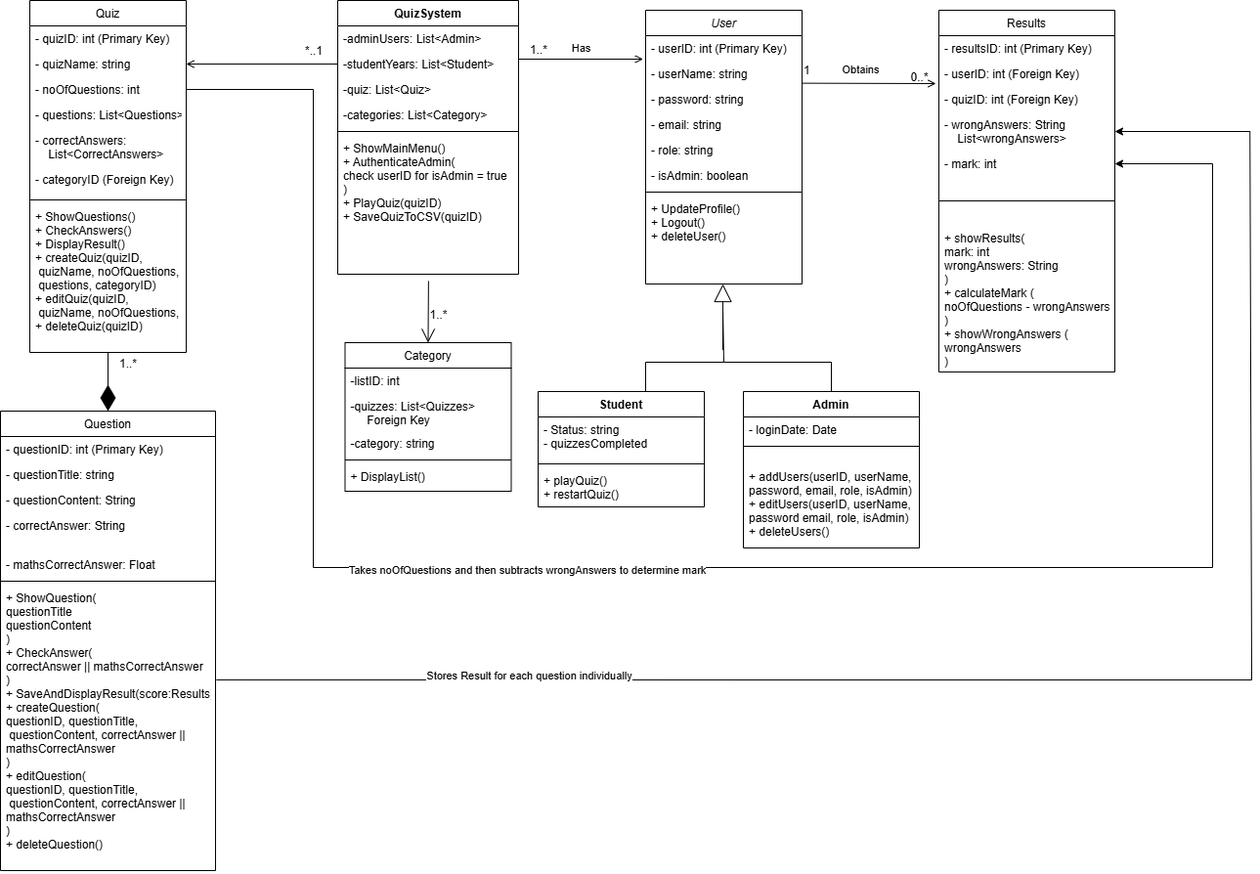
This is OOP UML Class Diagram.drawio.png from AaronOkane/OOP, a draw.io export, as it was before one commit. Source tidied: cells renumbered, new cells last; positions are measured from the earlier drawing's top-left corner, leaving out a move shared by most shapes.
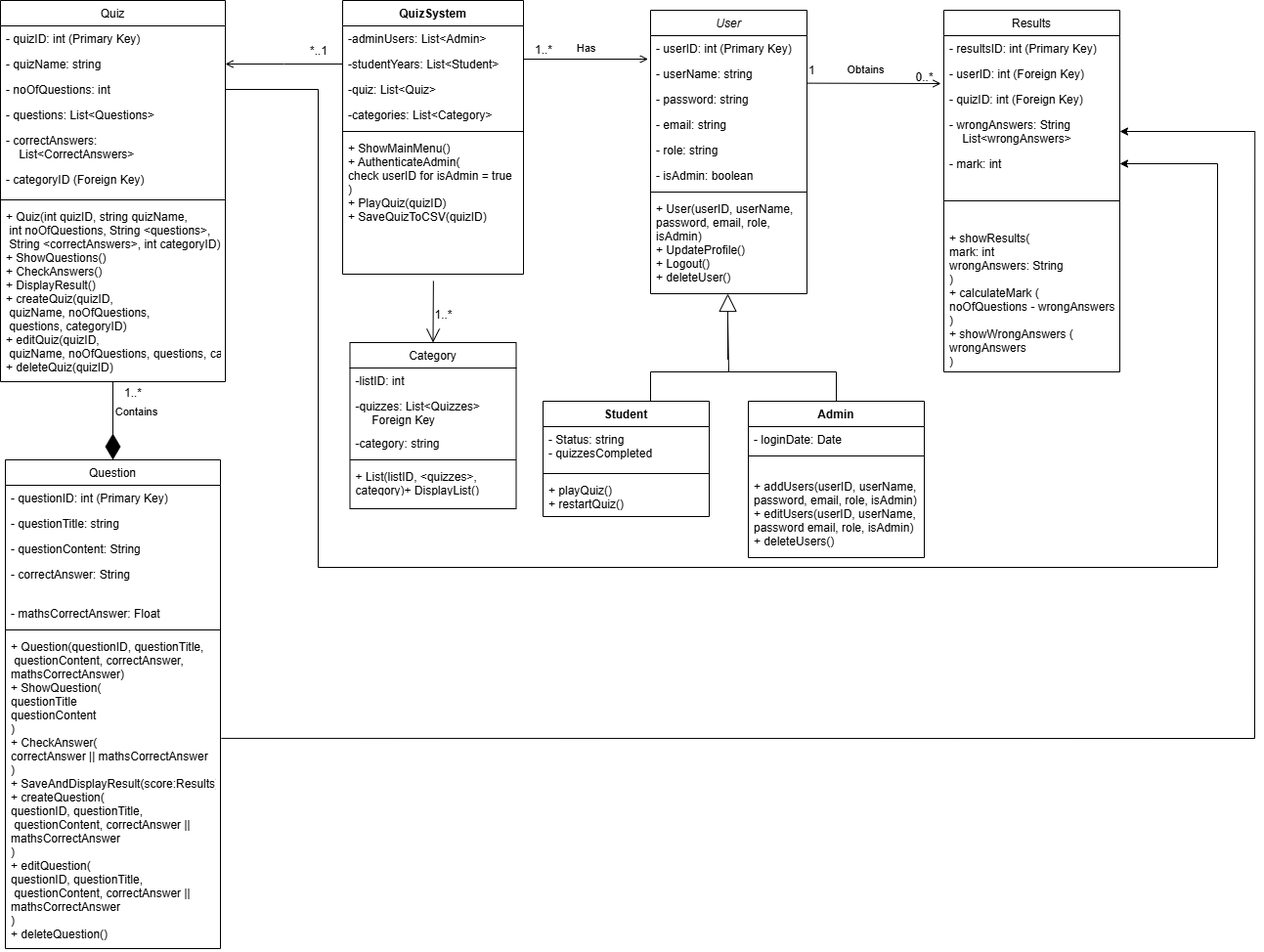
After the change.

What changed in the source:
```diff
@@ -35,7 +35,7 @@
       </mxGeometry>
     </mxCell>
     <mxCell id="11" value="User" style="swimlane;fontStyle=2;align=center;verticalAlign=top;horizontal=1;startSize=26;rounded=0;shadow=0;strokeWidth=1;" parent="1" vertex="1">
-      <mxGeometry x="660" y="10" width="160" height="280" as="geometry" />
+      <mxGeometry x="660" y="10" width="160" height="290" as="geometry" />
     </mxCell>
     <mxCell id="12" value="- userID: int (Primary Key)" style="text;align=left;verticalAlign=top;spacingLeft=4;spacingRight=4;overflow=hidden;" parent="11" vertex="1">
       <mxGeometry y="26" width="160" height="26" as="geometry" />
@@ -58,11 +58,11 @@
     <mxCell id="18" style="line;html=1;strokeWidth=1;align=left;verticalAlign=middle;spacingTop=-1;spacingLeft=3;spacingRight=3;labelPosition=right;" parent="11" vertex="1">
       <mxGeometry y="182" width="160" height="8" as="geometry" />
     </mxCell>
-    <mxCell id="19" value="+ UpdateProfile()&#10;+ Logout()&#10;+ deleteUser()" style="text;align=left;verticalAlign=top;spacingLeft=4;spacingRight=4;overflow=hidden;" parent="11" vertex="1">
-      <mxGeometry y="190" width="160" height="80" as="geometry" />
+    <mxCell id="19" value="+ User(userID, userName, &#10;password, email, role, &#10;isAdmin)&#10;+ UpdateProfile()&#10;+ Logout()&#10;+ deleteUser()" style="text;align=left;verticalAlign=top;spacingLeft=4;spacingRight=4;overflow=hidden;" parent="11" vertex="1">
+      <mxGeometry y="190" width="160" height="100" as="geometry" />
     </mxCell>
     <mxCell id="20" value="Student" style="swimlane;fontStyle=1;align=center;verticalAlign=top;horizontal=1;startSize=26;rounded=0;shadow=0;strokeWidth=1;" parent="1" vertex="1">
-      <mxGeometry x="550" y="400" width="170" height="118" as="geometry" />
+      <mxGeometry x="550" y="410" width="170" height="118" as="geometry" />
     </mxCell>
     <mxCell id="21" value="- Status: string&#10;- quizzesCompleted" style="text;align=left;verticalAlign=top;spacingLeft=4;spacingRight=4;overflow=hidden;" parent="20" vertex="1">
       <mxGeometry y="26" width="170" height="44" as="geometry" />
@@ -74,7 +74,7 @@
       <mxGeometry y="78" width="170" height="40" as="geometry" />
     </mxCell>
     <mxCell id="24" value="Admin" style="swimlane;fontStyle=1;align=center;verticalAlign=top;horizontal=1;startSize=26;rounded=0;shadow=0;strokeWidth=1;" parent="1" vertex="1">
-      <mxGeometry x="760" y="400" width="180" height="160" as="geometry" />
+      <mxGeometry x="760" y="410" width="180" height="160" as="geometry" />
     </mxCell>
     <mxCell id="25" value="- loginDate: Date" style="text;align=left;verticalAlign=top;spacingLeft=4;spacingRight=4;overflow=hidden;" parent="24" vertex="1">
       <mxGeometry y="26" width="180" height="26" as="geometry" />
@@ -87,54 +87,54 @@
     </mxCell>
     <mxCell id="28" value="&amp;nbsp;" style="endArrow=block;endSize=16;endFill=0;html=1;rounded=0;entryX=0.494;entryY=1.062;entryDx=0;entryDy=0;entryPerimeter=0;exitX=0.5;exitY=0;exitDx=0;exitDy=0;" parent="1" edge="1">
       <mxGeometry x="1" y="-276" relative="1" as="geometry">
-        <mxPoint x="660" y="400" as="sourcePoint" />
-        <mxPoint x="739" y="290" as="targetPoint" />
+        <mxPoint x="660" y="410" as="sourcePoint" />
+        <mxPoint x="739" y="300" as="targetPoint" />
         <Array as="points">
-          <mxPoint x="660" y="370" />
-          <mxPoint x="740" y="370" />
-          <mxPoint x="739" y="317.1" />
-          <mxPoint x="739" y="357.1" />
+          <mxPoint x="660" y="380" />
+          <mxPoint x="740" y="380" />
+          <mxPoint x="739" y="327.1" />
+          <mxPoint x="739" y="367.1" />
         </Array>
         <mxPoint x="-85" y="-193" as="offset" />
       </mxGeometry>
     </mxCell>
     <mxCell id="29" style="endArrow=none;html=1;rounded=0;entryX=0.5;entryY=0;entryDx=0;entryDy=0;" parent="1" edge="1" target="24">
       <mxGeometry relative="1" as="geometry">
-        <mxPoint x="740" y="370" as="sourcePoint" />
+        <mxPoint x="740" y="380" as="sourcePoint" />
         <Array as="points">
-          <mxPoint x="850" y="370" />
+          <mxPoint x="850" y="380" />
         </Array>
       </mxGeometry>
     </mxCell>
     <mxCell id="30" value="Quiz" style="swimlane;fontStyle=0;align=center;verticalAlign=top;horizontal=1;startSize=26;rounded=0;shadow=0;strokeWidth=1;" parent="1" vertex="1">
-      <mxGeometry x="30" width="160" height="360" as="geometry" />
+      <mxGeometry x="-5" width="230" height="390" as="geometry" />
     </mxCell>
     <mxCell id="31" value="- quizID: int (Primary Key)" style="text;align=left;verticalAlign=top;spacingLeft=4;spacingRight=4;overflow=hidden;" parent="30" vertex="1">
-      <mxGeometry y="26" width="160" height="26" as="geometry" />
+      <mxGeometry y="26" width="230" height="26" as="geometry" />
     </mxCell>
     <mxCell id="32" value="- quizName: string" style="text;align=left;verticalAlign=top;spacingLeft=4;spacingRight=4;overflow=hidden;points=[[0,0.5],[1,0.5]];portConstraint=eastwest;rounded=0;shadow=0;html=0;" parent="30" vertex="1">
-      <mxGeometry y="52" width="160" height="26" as="geometry" />
+      <mxGeometry y="52" width="230" height="26" as="geometry" />
     </mxCell>
     <mxCell id="33" value="- noOfQuestions: int" style="text;align=left;verticalAlign=top;spacingLeft=4;spacingRight=4;overflow=hidden;points=[[0,0.5],[1,0.5]];portConstraint=eastwest;rounded=0;shadow=0;html=0;" parent="30" vertex="1">
-      <mxGeometry y="78" width="160" height="26" as="geometry" />
+      <mxGeometry y="78" width="230" height="26" as="geometry" />
     </mxCell>
     <mxCell id="34" value="- questions: List&lt;Questions&gt;" style="text;align=left;verticalAlign=top;spacingLeft=4;spacingRight=4;overflow=hidden;rounded=0;shadow=0;html=0;" parent="30" vertex="1">
-      <mxGeometry y="104" width="160" height="26" as="geometry" />
+      <mxGeometry y="104" width="230" height="26" as="geometry" />
     </mxCell>
     <mxCell id="35" value="- correctAnswers: &#10;    List&lt;CorrectAnswers&gt;" style="text;align=left;verticalAlign=top;spacingLeft=4;spacingRight=4;overflow=hidden;rounded=0;shadow=0;html=0;" parent="30" vertex="1">
-      <mxGeometry y="130" width="160" height="40" as="geometry" />
+      <mxGeometry y="130" width="230" height="40" as="geometry" />
     </mxCell>
     <mxCell id="36" value="- categoryID (Foreign Key)" style="text;align=left;verticalAlign=top;spacingLeft=4;spacingRight=4;overflow=hidden;rounded=0;shadow=0;html=0;" parent="30" vertex="1">
-      <mxGeometry y="170" width="160" height="30" as="geometry" />
+      <mxGeometry y="170" width="230" height="30" as="geometry" />
     </mxCell>
     <mxCell id="37" style="line;html=1;strokeWidth=1;align=left;verticalAlign=middle;spacingTop=-1;spacingLeft=3;spacingRight=3;labelPosition=right;" parent="30" vertex="1">
-      <mxGeometry y="200" width="160" height="8" as="geometry" />
+      <mxGeometry y="200" width="230" height="8" as="geometry" />
     </mxCell>
-    <mxCell id="38" value="+ ShowQuestions()&#10;+ CheckAnswers()&#10;+ DisplayResult()&#10;+ createQuiz(quizID,&#10; quizName, noOfQuestions,&#10; questions, categoryID)&#10;+ editQuiz(quizID,&#10; quizName, noOfQuestions, questions, categoryID)&#10;+ deleteQuiz(quizID)" style="text;align=left;verticalAlign=top;spacingLeft=4;spacingRight=4;overflow=hidden;" parent="30" vertex="1">
-      <mxGeometry y="208" width="160" height="142" as="geometry" />
+    <mxCell id="38" value="+ Quiz(int quizID, string quizName,&#10; int noOfQuestions, String &lt;questions&gt;,&#10; String &lt;correctAnswers&gt;, int categoryID)&#10;+ ShowQuestions()&#10;+ CheckAnswers()&#10;+ DisplayResult()&#10;+ createQuiz(quizID,&#10; quizName, noOfQuestions,&#10; questions, categoryID)&#10;+ editQuiz(quizID,&#10; quizName, noOfQuestions, questions, categoryID)&#10;+ deleteQuiz(quizID)" style="text;align=left;verticalAlign=top;spacingLeft=4;spacingRight=4;overflow=hidden;" parent="30" vertex="1">
+      <mxGeometry y="208" width="230" height="182" as="geometry" />
     </mxCell>
     <mxCell id="39" value="Category" style="swimlane;fontStyle=0;align=center;verticalAlign=top;horizontal=1;startSize=26;rounded=0;shadow=0;strokeWidth=1;" parent="1" vertex="1">
-      <mxGeometry x="352.5" y="350" width="170" height="152" as="geometry" />
+      <mxGeometry x="352.5" y="350" width="170" height="170" as="geometry" />
     </mxCell>
     <mxCell id="40" value="-listID: int" style="text;align=left;verticalAlign=top;spacingLeft=4;spacingRight=4;overflow=hidden;" parent="39" vertex="1">
       <mxGeometry y="26" width="170" height="26" as="geometry" />
@@ -148,7 +148,7 @@
     <mxCell id="43" style="line;html=1;strokeWidth=1;align=left;verticalAlign=middle;spacingTop=-1;spacingLeft=3;spacingRight=3;labelPosition=right;" parent="39" vertex="1">
       <mxGeometry y="116" width="170" height="8" as="geometry" />
     </mxCell>
-    <mxCell id="44" value="+ DisplayList()" style="text;align=left;verticalAlign=top;spacingLeft=4;spacingRight=4;overflow=hidden;" parent="39" vertex="1">
+    <mxCell id="44" value="+ List(listID, &lt;quizzes&gt;, &#10;category)+ DisplayList()" style="text;align=left;verticalAlign=top;spacingLeft=4;spacingRight=4;overflow=hidden;" parent="39" vertex="1">
       <mxGeometry y="124" width="170" height="28" as="geometry" />
     </mxCell>
     <mxCell id="45" value="*..1" style="align=left;verticalAlign=bottom;labelBackgroundColor=none;fontSize=12;direction=south;" parent="1" vertex="1">
@@ -202,7 +202,7 @@
       </mxGeometry>
     </mxCell>
     <mxCell id="59" value="Question" style="swimlane;fontStyle=0;align=center;verticalAlign=top;horizontal=1;startSize=26;rounded=0;shadow=0;strokeWidth=1;" parent="1" vertex="1">
-      <mxGeometry y="420" width="220" height="470" as="geometry" />
+      <mxGeometry y="470" width="220" height="500" as="geometry" />
     </mxCell>
     <mxCell id="60" value="- questionID: int (Primary Key)" style="text;align=left;verticalAlign=top;spacingLeft=4;spacingRight=4;overflow=hidden;" parent="59" vertex="1">
       <mxGeometry y="26" width="220" height="26" as="geometry" />
@@ -222,16 +222,16 @@
     <mxCell id="65" style="line;html=1;strokeWidth=1;align=left;verticalAlign=middle;spacingTop=-1;spacingLeft=3;spacingRight=3;labelPosition=right;" parent="59" vertex="1">
       <mxGeometry y="170" width="220" height="8" as="geometry" />
     </mxCell>
-    <mxCell id="66" value="+ ShowQuestion(&#10;questionTitle&#10;questionContent&#10;)&#10;+ CheckAnswer(&#10;correctAnswer || mathsCorrectAnswer&#10;)&#10;+ SaveAndDisplayResult(score:Results)&#10;+ createQuestion(&#10;questionID, questionTitle,&#10; questionContent, correctAnswer || &#10;mathsCorrectAnswer&#10;)&#10;+ editQuestion(&#10;questionID, questionTitle,&#10; questionContent, correctAnswer || &#10;mathsCorrectAnswer&#10;)&#10;+ deleteQuestion()" style="text;align=left;verticalAlign=top;spacingLeft=4;spacingRight=4;overflow=hidden;points=[[0,0.5],[1,0.5]];portConstraint=eastwest;" parent="59" vertex="1">
-      <mxGeometry y="178" width="220" height="292" as="geometry" />
+    <mxCell id="66" value="+ Question(questionID, questionTitle,&#10; questionContent, correctAnswer, &#10;mathsCorrectAnswer)&#10;+ ShowQuestion(&#10;questionTitle&#10;questionContent&#10;)&#10;+ CheckAnswer(&#10;correctAnswer || mathsCorrectAnswer&#10;)&#10;+ SaveAndDisplayResult(score:Results)&#10;+ createQuestion(&#10;questionID, questionTitle,&#10; questionContent, correctAnswer || &#10;mathsCorrectAnswer&#10;)&#10;+ editQuestion(&#10;questionID, questionTitle,&#10; questionContent, correctAnswer || &#10;mathsCorrectAnswer&#10;)&#10;+ deleteQuestion()" style="text;align=left;verticalAlign=top;spacingLeft=4;spacingRight=4;overflow=hidden;points=[[0,0.5],[1,0.5]];portConstraint=eastwest;" parent="59" vertex="1">
+      <mxGeometry y="178" width="220" height="322" as="geometry" />
     </mxCell>
     <mxCell id="67" value="1..*" style="align=left;verticalAlign=bottom;labelBackgroundColor=none;fontSize=12;direction=south;" parent="1" vertex="1">
-      <mxGeometry x="120" y="380" as="geometry" />
+      <mxGeometry x="120" y="410" as="geometry" />
     </mxCell>
     <mxCell id="68" style="endArrow=classic;html=1;rounded=0;entryX=1;entryY=0.5;entryDx=0;entryDy=0;exitX=1.004;exitY=0.332;exitDx=0;exitDy=0;exitPerimeter=0;" parent="1" edge="1" source="66" target="52">
       <mxGeometry relative="1" as="geometry">
         <Array as="points">
-          <mxPoint x="1280" y="695" />
+          <mxPoint x="1278" y="755" />
           <mxPoint x="1278.2" y="134" />
         </Array>
       </mxGeometry>
@@ -262,13 +262,10 @@
         <mxPoint x="-7" y="28" as="offset" />
       </mxGeometry>
     </mxCell>
-    <mxCell id="74" value="Stores Result for each question individually" style="edgeLabel;html=1;align=center;verticalAlign=middle;" parent="1" vertex="1">
-      <mxGeometry x="540" y="690" as="geometry" />
-    </mxCell>
-    <mxCell id="75" value="Takes noOfQuestions and then subtracts wrongAnswers to determine mark" style="edgeLabel;html=1;align=center;verticalAlign=middle;" parent="1" vertex="1">
-      <mxGeometry x="550" y="580" as="geometry">
-        <mxPoint x="-12" y="2" as="offset" />
-      </mxGeometry>
-    </mxCell>
+    <mxCell id="76" value="Contains" style="edgeLabel;html=1;align=center;verticalAlign=middle;" parent="1" vertex="1">
+      <mxGeometry x="140" y="392" as="geometry">
+        <mxPoint x="-7" y="28" as="offset" />
+      </mxGeometry>
+    </mxCell>
   </root>
 </mxGraphModel>
```
